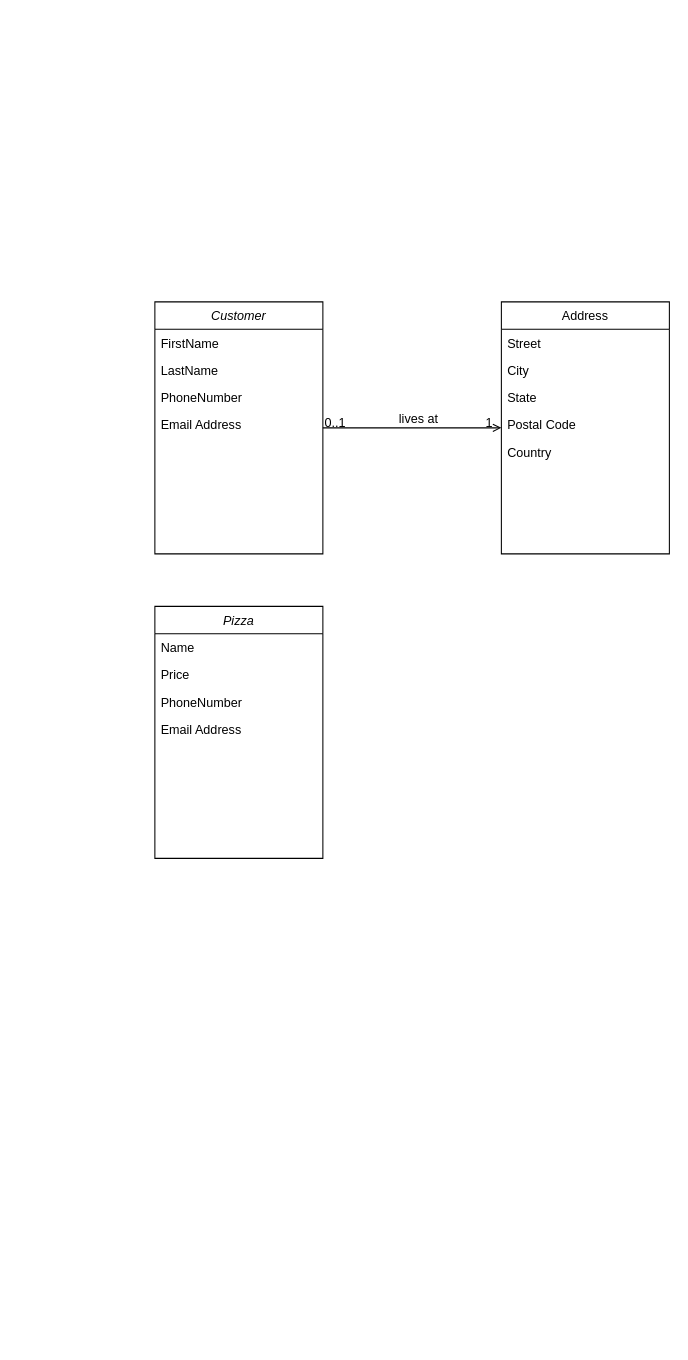
Earlier version of the draw.io diagram PegaPizza.drawio (MBundel/Pega-Pizza). Source tidied: cells renumbered, new cells numbered last; positions are measured from the earlier drawing's top-left corner, leaving out a move shared by most shapes. Both pictures are drawn from the tidied source at 105%, with x=0, y=0 at pixel (154, 301).
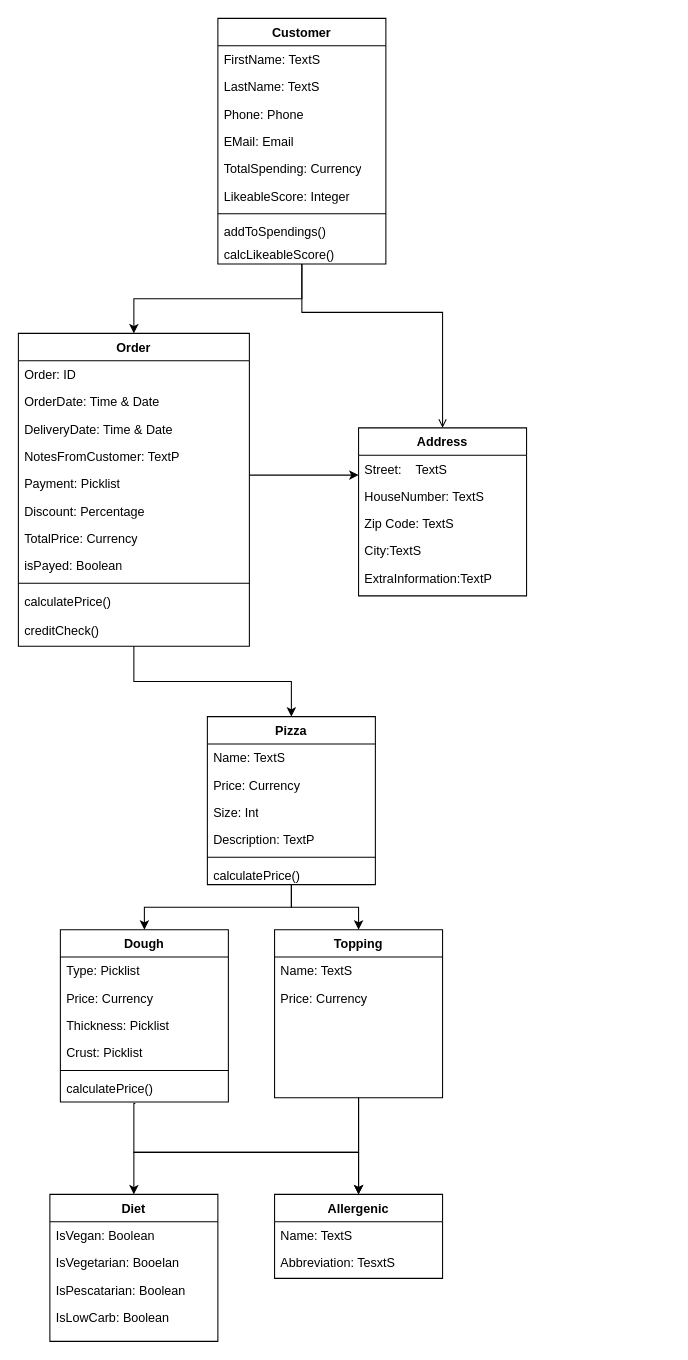
After the change.

What changed in the source:
```diff
@@
-    <mxCell id="2" value="Customer" style="swimlane;fontStyle=2;align=center;verticalAlign=top;horizontal=1;startSize=26;rounded=0;shadow=0;strokeWidth=1;" parent="1" vertex="1">
-      <mxGeometry width="160" height="240" as="geometry" />
-    </mxCell>
-    <mxCell id="3" value="FirstName    " style="text;align=left;verticalAlign=top;spacingLeft=4;spacingRight=4;overflow=hidden;" parent="2" vertex="1">
-      <mxGeometry y="26" width="160" height="26" as="geometry" />
-    </mxCell>
-    <mxCell id="4" value="LastName" style="text;align=left;verticalAlign=top;spacingLeft=4;spacingRight=4;overflow=hidden;rounded=0;shadow=0;html=0;" parent="2" vertex="1">
-      <mxGeometry y="52" width="160" height="26" as="geometry" />
-    </mxCell>
-    <mxCell id="5" value="PhoneNumber" style="text;align=left;verticalAlign=top;spacingLeft=4;spacingRight=4;overflow=hidden;rounded=0;shadow=0;html=0;" parent="2" vertex="1">
-      <mxGeometry y="78" width="160" height="26" as="geometry" />
-    </mxCell>
-    <mxCell id="6" value="Email Address" style="text;align=left;verticalAlign=top;spacingLeft=4;spacingRight=4;overflow=hidden;rounded=0;shadow=0;html=0;" parent="2" vertex="1">
-      <mxGeometry y="104" width="160" height="26" as="geometry" />
-    </mxCell>
+    <mxCell id="22" style="edgeStyle=orthogonalEdgeStyle;rounded=0;jettySize=auto;html=1;" parent="1" edge="1" source="2" target="49">
+      <mxGeometry relative="1" as="geometry" />
+    </mxCell>
-    <mxCell id="7" value="Address" style="swimlane;fontStyle=0;align=center;verticalAlign=top;horizontal=1;startSize=26;rounded=0;shadow=0;strokeWidth=1;" parent="1" vertex="1">
-      <mxGeometry x="330" width="160" height="240" as="geometry" />
+    <mxCell id="7" value="Address" style="swimlane;fontStyle=1;align=center;verticalAlign=top;horizontal=1;startSize=26;rounded=0;shadow=0;strokeWidth=1;" parent="1" vertex="1">
+      <mxGeometry x="194" y="120" width="160" height="160" as="geometry" />
     </mxCell>
-    <mxCell id="8" value="Street" style="text;align=left;verticalAlign=top;spacingLeft=4;spacingRight=4;overflow=hidden;" parent="7" vertex="1">
+    <mxCell id="8" value="Street:    TextS" style="text;align=left;verticalAlign=top;spacingLeft=4;spacingRight=4;overflow=hidden;" parent="7" vertex="1">
       <mxGeometry y="26" width="160" height="26" as="geometry" />
     </mxCell>
-    <mxCell id="9" value="City" style="text;align=left;verticalAlign=top;spacingLeft=4;spacingRight=4;overflow=hidden;rounded=0;shadow=0;html=0;" parent="7" vertex="1">
+    <mxCell id="9" value="HouseNumber: TextS" style="text;align=left;verticalAlign=top;spacingLeft=4;spacingRight=4;overflow=hidden;rounded=0;shadow=0;html=0;" parent="7" vertex="1">
       <mxGeometry y="52" width="160" height="26" as="geometry" />
     </mxCell>
-    <mxCell id="10" value="State" style="text;align=left;verticalAlign=top;spacingLeft=4;spacingRight=4;overflow=hidden;rounded=0;shadow=0;html=0;" parent="7" vertex="1">
+    <mxCell id="10" value="Zip Code: TextS" style="text;align=left;verticalAlign=top;spacingLeft=4;spacingRight=4;overflow=hidden;rounded=0;shadow=0;html=0;" parent="7" vertex="1">
       <mxGeometry y="78" width="160" height="26" as="geometry" />
     </mxCell>
-    <mxCell id="11" value="Postal Code" style="text;align=left;verticalAlign=top;spacingLeft=4;spacingRight=4;overflow=hidden;rounded=0;shadow=0;html=0;" parent="7" vertex="1">
+    <mxCell id="11" value="City:TextS" style="text;align=left;verticalAlign=top;spacingLeft=4;spacingRight=4;overflow=hidden;rounded=0;shadow=0;html=0;" parent="7" vertex="1">
       <mxGeometry y="104" width="160" height="26" as="geometry" />
     </mxCell>
-    <mxCell id="12" value="Country" style="text;align=left;verticalAlign=top;spacingLeft=4;spacingRight=4;overflow=hidden;rounded=0;shadow=0;html=0;" parent="7" vertex="1">
-      <mxGeometry y="130" width="160" height="26" as="geometry" />
-    </mxCell>
+    <mxCell id="23" value="ExtraInformation:TextP" style="text;align=left;verticalAlign=top;spacingLeft=4;spacingRight=4;overflow=hidden;" parent="7" vertex="1">
+      <mxGeometry y="130" width="160" height="26" as="geometry" />
+    </mxCell>
     <mxCell id="13" style="endArrow=open;shadow=0;strokeWidth=1;rounded=0;curved=0;endFill=1;edgeStyle=elbowEdgeStyle;elbow=vertical;" parent="1" edge="1" source="2" target="7">
       <mxGeometry x="0.5" y="41" relative="1" as="geometry">
+        <Array as="points">
+          <mxPoint x="140" y="10" />
+        </Array>
         <mxPoint x="-40" y="32" as="offset" />
       </mxGeometry>
     </mxCell>
-    <mxCell id="14" value="0..1" style="align=left;verticalAlign=bottom;labelBackgroundColor=none;fontSize=12;" parent="13" vertex="1">
-      <mxGeometry x="-1" relative="1" as="geometry">
-        <mxPoint y="4" as="offset" />
-      </mxGeometry>
-    </mxCell>
-    <mxCell id="15" value="1" style="align=right;verticalAlign=bottom;labelBackgroundColor=none;fontSize=12;" parent="13" vertex="1">
-      <mxGeometry x="1" relative="1" as="geometry">
-        <mxPoint x="-7" y="4" as="offset" />
-      </mxGeometry>
-    </mxCell>
-    <mxCell id="16" value="lives at" style="text;html=1;align=center;verticalAlign=middle;labelBackgroundColor=none;rounded=0;shadow=0;strokeWidth=1;fontSize=12;" parent="13" vertex="1">
-      <mxGeometry x="0.5" y="49" relative="1" as="geometry">
-        <mxPoint x="-38" y="40" as="offset" />
-      </mxGeometry>
-    </mxCell>
+    <mxCell id="24" style="edgeStyle=orthogonalEdgeStyle;rounded=0;jettySize=auto;html=1;entryX=0.5;entryY=0;entryDx=0;entryDy=0;" parent="1" edge="1" source="26" target="45">
+      <mxGeometry relative="1" as="geometry" />
+    </mxCell>
+    <mxCell id="25" style="edgeStyle=orthogonalEdgeStyle;rounded=0;jettySize=auto;html=1;entryX=0.5;entryY=0;entryDx=0;entryDy=0;" parent="1" edge="1" source="26" target="61">
+      <mxGeometry relative="1" as="geometry">
+        <Array as="points">
+          <mxPoint x="194" y="810" />
+          <mxPoint x="-20" y="810" />
+        </Array>
+      </mxGeometry>
+    </mxCell>
+    <mxCell id="26" value="Topping" style="swimlane;fontStyle=1;align=center;verticalAlign=top;horizontal=1;startSize=26;rounded=0;shadow=0;strokeWidth=1;" parent="1" vertex="1">
+      <mxGeometry x="114" y="598" width="160" height="160" as="geometry" />
+    </mxCell>
+    <mxCell id="27" value="Name: TextS" style="text;align=left;verticalAlign=top;spacingLeft=4;spacingRight=4;overflow=hidden;" parent="26" vertex="1">
+      <mxGeometry y="26" width="160" height="26" as="geometry" />
+    </mxCell>
+    <mxCell id="28" value="Price: Currency" style="text;align=left;verticalAlign=top;spacingLeft=4;spacingRight=4;overflow=hidden;" parent="26" vertex="1">
+      <mxGeometry y="52" width="160" height="26" as="geometry" />
+    </mxCell>
+    <mxCell id="29" style="edgeStyle=orthogonalEdgeStyle;rounded=0;jettySize=auto;html=1;entryX=0.5;entryY=0;entryDx=0;entryDy=0;exitX=0.446;exitY=1.058;exitDx=0;exitDy=0;exitPerimeter=0;" parent="1" edge="1" source="36" target="45">
+      <mxGeometry relative="1" as="geometry">
+        <Array as="points">
+          <mxPoint x="-20" y="764" />
+          <mxPoint x="-20" y="810" />
+          <mxPoint x="194" y="810" />
+        </Array>
+      </mxGeometry>
+    </mxCell>
+    <mxCell id="30" value="Dough" style="swimlane;fontStyle=1;align=center;verticalAlign=top;horizontal=1;startSize=26;whiteSpace=wrap;html=1;" parent="1" vertex="1">
+      <mxGeometry x="-90" y="598" width="160" height="164" as="geometry" />
+    </mxCell>
+    <mxCell id="31" value="Type: Picklist" style="text;strokeColor=none;fillColor=none;align=left;verticalAlign=top;spacingLeft=4;spacingRight=4;overflow=hidden;whiteSpace=wrap;html=1;" parent="30" vertex="1">
+      <mxGeometry y="26" width="160" height="26" as="geometry" />
+    </mxCell>
+    <mxCell id="32" value="Price: Currency" style="text;strokeColor=none;fillColor=none;align=left;verticalAlign=top;spacingLeft=4;spacingRight=4;overflow=hidden;whiteSpace=wrap;html=1;" parent="30" vertex="1">
+      <mxGeometry y="52" width="160" height="26" as="geometry" />
+    </mxCell>
+    <mxCell id="33" value="Thickness: Picklist" style="text;strokeColor=none;fillColor=none;align=left;verticalAlign=top;spacingLeft=4;spacingRight=4;overflow=hidden;whiteSpace=wrap;html=1;" parent="30" vertex="1">
+      <mxGeometry y="78" width="160" height="26" as="geometry" />
+    </mxCell>
+    <mxCell id="34" value="Crust: Picklist" style="text;strokeColor=none;fillColor=none;align=left;verticalAlign=top;spacingLeft=4;spacingRight=4;overflow=hidden;whiteSpace=wrap;html=1;" parent="30" vertex="1">
+      <mxGeometry y="104" width="160" height="26" as="geometry" />
+    </mxCell>
+    <mxCell id="35" style="line;strokeWidth=1;fillColor=none;align=left;verticalAlign=middle;spacingTop=-1;spacingLeft=3;spacingRight=3;labelPosition=right;strokeColor=inherit;" parent="30" vertex="1">
+      <mxGeometry y="130" width="160" height="8" as="geometry" />
+    </mxCell>
+    <mxCell id="36" value="calculatePrice()" style="text;strokeColor=none;fillColor=none;align=left;verticalAlign=top;spacingLeft=4;spacingRight=4;overflow=hidden;points=[[0,0.5],[1,0.5]];portConstraint=eastwest;whiteSpace=wrap;html=1;" parent="30" vertex="1">
+      <mxGeometry y="138" width="160" height="26" as="geometry" />
+    </mxCell>
+    <mxCell id="37" style="edgeStyle=orthogonalEdgeStyle;rounded=0;jettySize=auto;html=1;entryX=0.5;entryY=0;entryDx=0;entryDy=0;" parent="1" edge="1" source="17" target="26">
+      <mxGeometry relative="1" as="geometry" />
+    </mxCell>
+    <mxCell id="38" style="edgeStyle=orthogonalEdgeStyle;rounded=0;jettySize=auto;html=1;" parent="1" edge="1" source="17" target="30">
+      <mxGeometry relative="1" as="geometry" />
+    </mxCell>
-    <mxCell id="17" value="Pizza" style="swimlane;fontStyle=2;align=center;verticalAlign=top;horizontal=1;startSize=26;rounded=0;shadow=0;strokeWidth=1;" parent="1" vertex="1">
-      <mxGeometry y="290" width="160" height="240" as="geometry" />
+    <mxCell id="17" value="Pizza" style="swimlane;fontStyle=1;align=center;verticalAlign=top;horizontal=1;startSize=26;whiteSpace=wrap;html=1;" parent="1" vertex="1">
+      <mxGeometry x="50" y="395" width="160" height="160" as="geometry" />
     </mxCell>
-    <mxCell id="18" value="Name" style="text;align=left;verticalAlign=top;spacingLeft=4;spacingRight=4;overflow=hidden;" parent="17" vertex="1">
-      <mxGeometry y="26" width="160" height="26" as="geometry" />
-    </mxCell>
-    <mxCell id="19" value="Price" style="text;align=left;verticalAlign=top;spacingLeft=4;spacingRight=4;overflow=hidden;rounded=0;shadow=0;html=0;" parent="17" vertex="1">
-      <mxGeometry y="52" width="160" height="26" as="geometry" />
-    </mxCell>
-    <mxCell id="20" value="PhoneNumber" style="text;align=left;verticalAlign=top;spacingLeft=4;spacingRight=4;overflow=hidden;rounded=0;shadow=0;html=0;" parent="17" vertex="1">
-      <mxGeometry y="78" width="160" height="26" as="geometry" />
-    </mxCell>
-    <mxCell id="21" value="Email Address" style="text;align=left;verticalAlign=top;spacingLeft=4;spacingRight=4;overflow=hidden;rounded=0;shadow=0;html=0;" parent="17" vertex="1">
-      <mxGeometry y="104" width="160" height="26" as="geometry" />
-    </mxCell>
+    <mxCell id="39" value="Name: TextS" style="text;strokeColor=none;fillColor=none;align=left;verticalAlign=top;spacingLeft=4;spacingRight=4;overflow=hidden;whiteSpace=wrap;html=1;" parent="17" vertex="1">
+      <mxGeometry y="26" width="160" height="26" as="geometry" />
+    </mxCell>
+    <mxCell id="40" value="Price: Currency" style="text;strokeColor=none;fillColor=none;align=left;verticalAlign=top;spacingLeft=4;spacingRight=4;overflow=hidden;whiteSpace=wrap;html=1;" parent="17" vertex="1">
+      <mxGeometry y="52" width="160" height="26" as="geometry" />
+    </mxCell>
+    <mxCell id="41" value="Size: Int" style="text;strokeColor=none;fillColor=none;align=left;verticalAlign=top;spacingLeft=4;spacingRight=4;overflow=hidden;whiteSpace=wrap;html=1;" parent="17" vertex="1">
+      <mxGeometry y="78" width="160" height="26" as="geometry" />
+    </mxCell>
+    <mxCell id="42" value="Description: TextP" style="text;strokeColor=none;fillColor=none;align=left;verticalAlign=top;spacingLeft=4;spacingRight=4;overflow=hidden;whiteSpace=wrap;html=1;" parent="17" vertex="1">
+      <mxGeometry y="104" width="160" height="26" as="geometry" />
+    </mxCell>
+    <mxCell id="43" style="line;strokeWidth=1;fillColor=none;align=left;verticalAlign=middle;spacingTop=-1;spacingLeft=3;spacingRight=3;labelPosition=right;strokeColor=inherit;" parent="17" vertex="1">
+      <mxGeometry y="130" width="160" height="8" as="geometry" />
+    </mxCell>
+    <mxCell id="44" value="calculatePrice()" style="text;strokeColor=none;fillColor=none;align=left;verticalAlign=top;spacingLeft=4;spacingRight=4;overflow=hidden;whiteSpace=wrap;html=1;" parent="17" vertex="1">
+      <mxGeometry y="138" width="160" height="22" as="geometry" />
+    </mxCell>
+    <mxCell id="45" value="Allergenic" style="swimlane;fontStyle=1;align=center;verticalAlign=top;horizontal=1;startSize=26;rounded=0;shadow=0;strokeWidth=1;" parent="1" vertex="1">
+      <mxGeometry x="114" y="850" width="160" height="80" as="geometry" />
+    </mxCell>
+    <mxCell id="46" value="Name: TextS" style="text;align=left;verticalAlign=top;spacingLeft=4;spacingRight=4;overflow=hidden;" parent="45" vertex="1">
+      <mxGeometry y="26" width="160" height="26" as="geometry" />
+    </mxCell>
+    <mxCell id="47" value="Abbreviation: TesxtS" style="text;align=left;verticalAlign=top;spacingLeft=4;spacingRight=4;overflow=hidden;rounded=0;shadow=0;html=0;" parent="45" vertex="1">
+      <mxGeometry y="52" width="160" height="26" as="geometry" />
+    </mxCell>
+    <mxCell id="48" style="edgeStyle=orthogonalEdgeStyle;rounded=0;jettySize=auto;html=1;" parent="1" edge="1" source="49" target="17">
+      <mxGeometry relative="1" as="geometry" />
+    </mxCell>
+    <mxCell id="49" value="Order" style="swimlane;fontStyle=1;align=center;verticalAlign=top;horizontal=1;startSize=26;whiteSpace=wrap;html=1;" parent="1" vertex="1">
+      <mxGeometry x="-130" y="30" width="220" height="298" as="geometry" />
+    </mxCell>
+    <mxCell id="50" value="Order: ID" style="text;strokeColor=none;fillColor=none;align=left;verticalAlign=top;spacingLeft=4;spacingRight=4;overflow=hidden;whiteSpace=wrap;html=1;" parent="49" vertex="1">
+      <mxGeometry y="26" width="220" height="26" as="geometry" />
+    </mxCell>
+    <mxCell id="51" value="OrderDate: Time &amp;amp; Date" style="text;strokeColor=none;fillColor=none;align=left;verticalAlign=top;spacingLeft=4;spacingRight=4;overflow=hidden;whiteSpace=wrap;html=1;" parent="49" vertex="1">
+      <mxGeometry y="52" width="220" height="26" as="geometry" />
+    </mxCell>
+    <mxCell id="52" value="DeliveryDate: Time &amp;amp; Date" style="text;strokeColor=none;fillColor=none;align=left;verticalAlign=top;spacingLeft=4;spacingRight=4;overflow=hidden;whiteSpace=wrap;html=1;" parent="49" vertex="1">
+      <mxGeometry y="78" width="220" height="26" as="geometry" />
+    </mxCell>
+    <mxCell id="53" value="NotesFromCustomer: TextP" style="text;strokeColor=none;fillColor=none;align=left;verticalAlign=top;spacingLeft=4;spacingRight=4;overflow=hidden;whiteSpace=wrap;html=1;" parent="49" vertex="1">
+      <mxGeometry y="104" width="220" height="26" as="geometry" />
+    </mxCell>
+    <mxCell id="54" value="Payment: Picklist" style="text;strokeColor=none;fillColor=none;align=left;verticalAlign=top;spacingLeft=4;spacingRight=4;overflow=hidden;whiteSpace=wrap;html=1;" parent="49" vertex="1">
+      <mxGeometry y="130" width="220" height="26" as="geometry" />
+    </mxCell>
+    <mxCell id="55" value="Discount: Percentage" style="text;strokeColor=none;fillColor=none;align=left;verticalAlign=top;spacingLeft=4;spacingRight=4;overflow=hidden;whiteSpace=wrap;html=1;" parent="49" vertex="1">
+      <mxGeometry y="156" width="220" height="26" as="geometry" />
+    </mxCell>
+    <mxCell id="56" value="TotalPrice: Currency" style="text;strokeColor=none;fillColor=none;align=left;verticalAlign=top;spacingLeft=4;spacingRight=4;overflow=hidden;whiteSpace=wrap;html=1;" parent="49" vertex="1">
+      <mxGeometry y="182" width="220" height="26" as="geometry" />
+    </mxCell>
+    <mxCell id="57" value="isPayed: Boolean" style="text;strokeColor=none;fillColor=none;align=left;verticalAlign=top;spacingLeft=4;spacingRight=4;overflow=hidden;whiteSpace=wrap;html=1;" parent="49" vertex="1">
+      <mxGeometry y="208" width="220" height="26" as="geometry" />
+    </mxCell>
+    <mxCell id="58" style="line;strokeWidth=1;fillColor=none;align=left;verticalAlign=middle;spacingTop=-1;spacingLeft=3;spacingRight=3;labelPosition=right;strokeColor=inherit;" parent="49" vertex="1">
+      <mxGeometry y="234" width="220" height="8" as="geometry" />
+    </mxCell>
+    <mxCell id="59" value="calculatePrice()" style="text;strokeColor=none;fillColor=none;align=left;verticalAlign=top;spacingLeft=4;spacingRight=4;overflow=hidden;whiteSpace=wrap;html=1;" parent="49" vertex="1">
+      <mxGeometry y="242" width="220" height="28" as="geometry" />
+    </mxCell>
+    <mxCell id="60" value="creditCheck()" style="text;strokeColor=none;fillColor=none;align=left;verticalAlign=top;spacingLeft=4;spacingRight=4;overflow=hidden;whiteSpace=wrap;html=1;" parent="49" vertex="1">
+      <mxGeometry y="270" width="220" height="28" as="geometry" />
+    </mxCell>
+    <mxCell id="61" value="Diet" style="swimlane;fontStyle=1;align=center;verticalAlign=top;horizontal=1;startSize=26;rounded=0;shadow=0;strokeWidth=1;" parent="1" vertex="1">
+      <mxGeometry x="-100" y="850" width="160" height="140" as="geometry" />
+    </mxCell>
+    <mxCell id="62" value="IsVegan: Boolean" style="text;align=left;verticalAlign=top;spacingLeft=4;spacingRight=4;overflow=hidden;rounded=0;shadow=0;html=0;" parent="61" vertex="1">
+      <mxGeometry y="26" width="160" height="26" as="geometry" />
+    </mxCell>
+    <mxCell id="63" value="IsVegetarian: Booelan" style="text;align=left;verticalAlign=top;spacingLeft=4;spacingRight=4;overflow=hidden;rounded=0;shadow=0;html=0;" parent="61" vertex="1">
+      <mxGeometry y="52" width="160" height="26" as="geometry" />
+    </mxCell>
+    <mxCell id="64" value="IsPescatarian: Boolean" style="text;align=left;verticalAlign=top;spacingLeft=4;spacingRight=4;overflow=hidden;rounded=0;shadow=0;html=0;" parent="61" vertex="1">
+      <mxGeometry y="78" width="160" height="26" as="geometry" />
+    </mxCell>
+    <mxCell id="65" value="IsLowCarb: Boolean" style="text;align=left;verticalAlign=top;spacingLeft=4;spacingRight=4;overflow=hidden;rounded=0;shadow=0;html=0;" parent="61" vertex="1">
+      <mxGeometry y="104" width="160" height="26" as="geometry" />
+    </mxCell>
+    <mxCell id="66" style="edgeStyle=orthogonalEdgeStyle;rounded=0;jettySize=auto;html=1;" parent="1" edge="1" source="49" target="7">
+      <mxGeometry relative="1" as="geometry">
+        <Array as="points">
+          <mxPoint x="170" y="165" />
+          <mxPoint x="170" y="165" />
+        </Array>
+      </mxGeometry>
+    </mxCell>
+    <mxCell id="2" value="Customer" style="swimlane;fontStyle=1;align=center;verticalAlign=top;horizontal=1;startSize=26;whiteSpace=wrap;html=1;" parent="1" vertex="1">
+      <mxGeometry x="60" y="-270" width="160" height="234" as="geometry" />
+    </mxCell>
+    <mxCell id="67" value="FirstName: TextS" style="text;strokeColor=none;fillColor=none;align=left;verticalAlign=top;spacingLeft=4;spacingRight=4;overflow=hidden;whiteSpace=wrap;html=1;" parent="2" vertex="1">
+      <mxGeometry y="26" width="160" height="26" as="geometry" />
+    </mxCell>
+    <mxCell id="68" value="LastName: TextS" style="text;strokeColor=none;fillColor=none;align=left;verticalAlign=top;spacingLeft=4;spacingRight=4;overflow=hidden;whiteSpace=wrap;html=1;" parent="2" vertex="1">
+      <mxGeometry y="52" width="160" height="26" as="geometry" />
+    </mxCell>
+    <mxCell id="69" value="Phone: Phone" style="text;strokeColor=none;fillColor=none;align=left;verticalAlign=top;spacingLeft=4;spacingRight=4;overflow=hidden;whiteSpace=wrap;html=1;" parent="2" vertex="1">
+      <mxGeometry y="78" width="160" height="26" as="geometry" />
+    </mxCell>
+    <mxCell id="70" value="EMail: Email" style="text;strokeColor=none;fillColor=none;align=left;verticalAlign=top;spacingLeft=4;spacingRight=4;overflow=hidden;whiteSpace=wrap;html=1;" parent="2" vertex="1">
+      <mxGeometry y="104" width="160" height="26" as="geometry" />
+    </mxCell>
+    <mxCell id="71" value="TotalSpending: Currency" style="text;strokeColor=none;fillColor=none;align=left;verticalAlign=top;spacingLeft=4;spacingRight=4;overflow=hidden;whiteSpace=wrap;html=1;" parent="2" vertex="1">
+      <mxGeometry y="130" width="160" height="26" as="geometry" />
+    </mxCell>
+    <mxCell id="72" value="LikeableScore: Integer" style="text;strokeColor=none;fillColor=none;align=left;verticalAlign=top;spacingLeft=4;spacingRight=4;overflow=hidden;whiteSpace=wrap;html=1;" parent="2" vertex="1">
+      <mxGeometry y="156" width="160" height="26" as="geometry" />
+    </mxCell>
+    <mxCell id="73" style="line;strokeWidth=1;fillColor=none;align=left;verticalAlign=middle;spacingTop=-1;spacingLeft=3;spacingRight=3;labelPosition=right;strokeColor=inherit;" parent="2" vertex="1">
+      <mxGeometry y="182" width="160" height="8" as="geometry" />
+    </mxCell>
+    <mxCell id="74" value="addToSpendings()" style="text;strokeColor=none;fillColor=none;align=left;verticalAlign=top;spacingLeft=4;spacingRight=4;overflow=hidden;whiteSpace=wrap;html=1;" parent="2" vertex="1">
+      <mxGeometry y="190" width="160" height="22" as="geometry" />
+    </mxCell>
+    <mxCell id="75" value="calcLikeableScore()" style="text;strokeColor=none;fillColor=none;align=left;verticalAlign=top;spacingLeft=4;spacingRight=4;overflow=hidden;whiteSpace=wrap;html=1;" parent="2" vertex="1">
+      <mxGeometry y="212" width="160" height="22" as="geometry" />
+    </mxCell>
```
